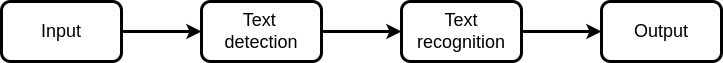
Above: images/example.png in YukiTakahashi4690/thesis_template (draw.io), before the change. Source tidied: cells renumbered, new cells last; positions are measured from the earlier drawing's top-left corner, leaving out a move shared by most shapes. Source of this version:
```xml
<mxGraphModel background="#ffffff">
  <root>
    <mxCell id="0" />
    <mxCell id="1" parent="0" />
    <mxCell id="2" style="edgeStyle=none;html=1;exitX=1;exitY=0.5;exitDx=0;exitDy=0;entryX=0;entryY=0.5;entryDx=0;entryDy=0;strokeColor=#000000;strokeWidth=3;" parent="1" edge="1" source="3" target="4">
      <mxGeometry relative="1" as="geometry" />
    </mxCell>
    <mxCell id="3" value="&lt;font color=&quot;#000000&quot; style=&quot;font-size: 18px&quot;&gt;Text recognition&lt;/font&gt;" style="rounded=1;whiteSpace=wrap;html=1;fillColor=#FFFFFF;strokeColor=#000000;strokeWidth=3;" parent="1" vertex="1">
      <mxGeometry x="400" width="120" height="60" as="geometry" />
    </mxCell>
    <mxCell id="4" value="&lt;font color=&quot;#000000&quot; style=&quot;font-size: 18px&quot;&gt;Output&lt;/font&gt;" style="rounded=1;whiteSpace=wrap;html=1;fillColor=#FFFFFF;strokeColor=#000000;strokeWidth=3;" parent="1" vertex="1">
      <mxGeometry x="600" width="120" height="60" as="geometry" />
    </mxCell>
    <mxCell id="5" style="edgeStyle=none;html=1;exitX=1;exitY=0.5;exitDx=0;exitDy=0;entryX=0;entryY=0.5;entryDx=0;entryDy=0;strokeColor=#000000;strokeWidth=3;" parent="1" edge="1" source="6" target="3">
      <mxGeometry relative="1" as="geometry" />
    </mxCell>
    <mxCell id="6" value="&lt;font color=&quot;#000000&quot; style=&quot;font-size: 18px&quot;&gt;Text&lt;/font&gt; &lt;br&gt;&lt;font color=&quot;#000000&quot; style=&quot;font-size: 18px&quot;&gt;detection&lt;/font&gt;" style="rounded=1;whiteSpace=wrap;html=1;fillColor=#FFFFFF;strokeColor=#000000;strokeWidth=3;" parent="1" vertex="1">
      <mxGeometry x="200" width="120" height="60" as="geometry" />
    </mxCell>
    <mxCell id="7" style="edgeStyle=none;html=1;exitX=1;exitY=0.5;exitDx=0;exitDy=0;entryX=0;entryY=0.5;entryDx=0;entryDy=0;strokeColor=#000000;strokeWidth=3;" parent="1" edge="1" source="8" target="6">
      <mxGeometry relative="1" as="geometry" />
    </mxCell>
    <mxCell id="8" value="&lt;font color=&quot;#000000&quot; style=&quot;font-size: 18px&quot;&gt;Input&lt;/font&gt;" style="rounded=1;whiteSpace=wrap;html=1;fillColor=#FFFFFF;strokeColor=#000000;strokeWidth=3;" parent="1" vertex="1">
      <mxGeometry width="120" height="60" as="geometry" />
    </mxCell>
  </root>
</mxGraphModel>
```
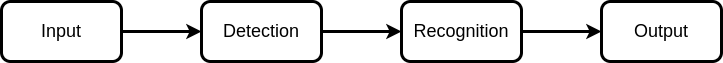
The same diagram one commit later.

The edit, as a diff of the source:
```diff
@@ -5,7 +5,7 @@
     <mxCell id="2" style="edgeStyle=none;html=1;exitX=1;exitY=0.5;exitDx=0;exitDy=0;entryX=0;entryY=0.5;entryDx=0;entryDy=0;strokeColor=#000000;strokeWidth=3;" parent="1" edge="1" source="3" target="4">
       <mxGeometry relative="1" as="geometry" />
     </mxCell>
-    <mxCell id="3" value="&lt;font color=&quot;#000000&quot; style=&quot;font-size: 18px&quot;&gt;Text recognition&lt;/font&gt;" style="rounded=1;whiteSpace=wrap;html=1;fillColor=#FFFFFF;strokeColor=#000000;strokeWidth=3;" parent="1" vertex="1">
+    <mxCell id="3" value="&lt;font color=&quot;#000000&quot; style=&quot;font-size: 18px&quot;&gt;Recognition&lt;/font&gt;" style="rounded=1;whiteSpace=wrap;html=1;fillColor=#FFFFFF;strokeColor=#000000;strokeWidth=3;" parent="1" vertex="1">
       <mxGeometry x="400" width="120" height="60" as="geometry" />
     </mxCell>
     <mxCell id="4" value="&lt;font color=&quot;#000000&quot; style=&quot;font-size: 18px&quot;&gt;Output&lt;/font&gt;" style="rounded=1;whiteSpace=wrap;html=1;fillColor=#FFFFFF;strokeColor=#000000;strokeWidth=3;" parent="1" vertex="1">
@@ -14,7 +14,7 @@
     <mxCell id="5" style="edgeStyle=none;html=1;exitX=1;exitY=0.5;exitDx=0;exitDy=0;entryX=0;entryY=0.5;entryDx=0;entryDy=0;strokeColor=#000000;strokeWidth=3;" parent="1" edge="1" source="6" target="3">
       <mxGeometry relative="1" as="geometry" />
     </mxCell>
-    <mxCell id="6" value="&lt;font color=&quot;#000000&quot; style=&quot;font-size: 18px&quot;&gt;Text&lt;/font&gt; &lt;br&gt;&lt;font color=&quot;#000000&quot; style=&quot;font-size: 18px&quot;&gt;detection&lt;/font&gt;" style="rounded=1;whiteSpace=wrap;html=1;fillColor=#FFFFFF;strokeColor=#000000;strokeWidth=3;" parent="1" vertex="1">
+    <mxCell id="6" value="&lt;font color=&quot;#000000&quot; style=&quot;font-size: 18px&quot;&gt;Detection&lt;/font&gt;" style="rounded=1;whiteSpace=wrap;html=1;fillColor=#FFFFFF;strokeColor=#000000;strokeWidth=3;" parent="1" vertex="1">
       <mxGeometry x="200" width="120" height="60" as="geometry" />
     </mxCell>
     <mxCell id="7" style="edgeStyle=none;html=1;exitX=1;exitY=0.5;exitDx=0;exitDy=0;entryX=0;entryY=0.5;entryDx=0;entryDy=0;strokeColor=#000000;strokeWidth=3;" parent="1" edge="1" source="8" target="6">
```
